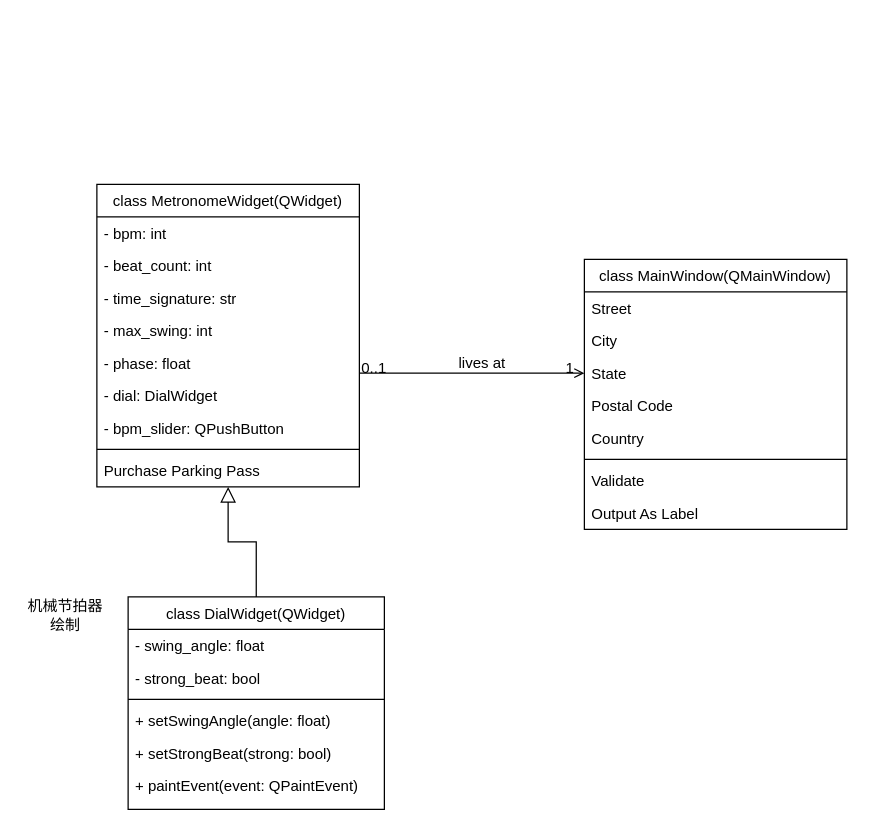
Earlier version of the draw.io diagram piano.drawio (peng-na/draw.io_pic). Source tidied: cells renumbered, new cells numbered last; positions are measured from the earlier drawing's top-left corner, leaving out a move shared by most shapes. Both pictures are drawn from the tidied source at 125%, with x=0, y=0 at pixel (21, 184).
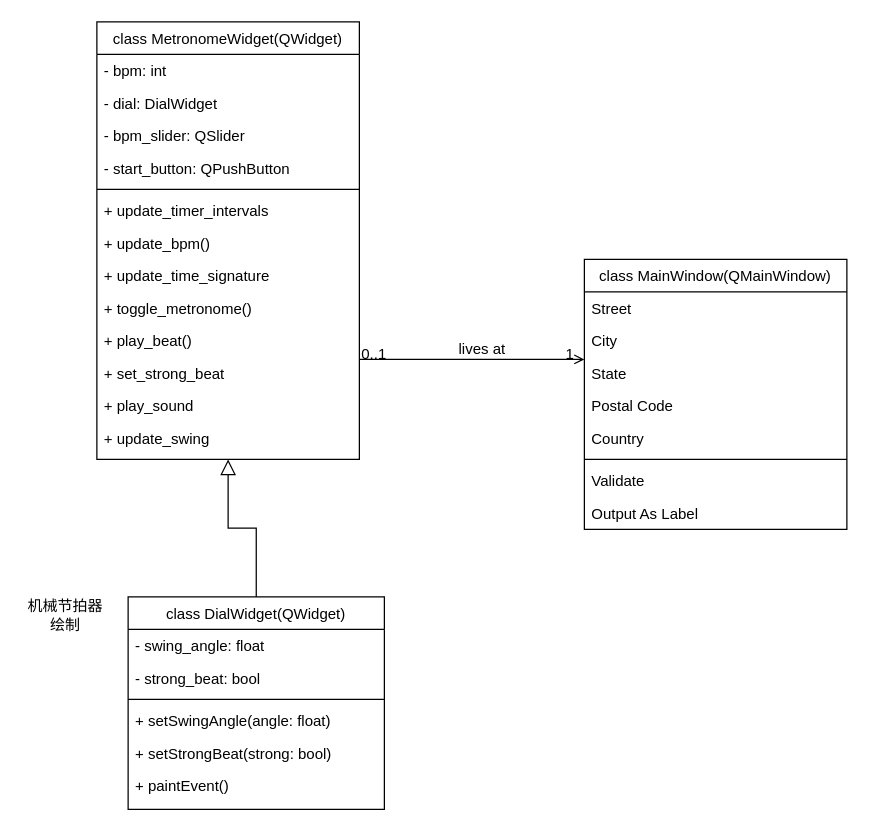
The same page after the edit.

Unchanged cells that the change refers to:
```xml
<mxCell id="12" value="class DialWidget(QWidget)" style="swimlane;fontStyle=0;align=center;verticalAlign=top;horizontal=1;startSize=26;rounded=0;shadow=0;strokeWidth=1;" parent="1" vertex="1">
  <mxGeometry x="85" y="330" width="205" height="170" as="geometry" />
</mxCell>
```

The edit, as a diff of the source:
```diff
@@
     <mxCell id="2" value="class MetronomeWidget(QWidget)" style="swimlane;fontStyle=0;align=center;verticalAlign=top;horizontal=1;startSize=26;rounded=0;shadow=0;strokeWidth=1;" parent="1" vertex="1">
-      <mxGeometry x="60" width="210" height="242" as="geometry" />
+      <mxGeometry x="60" y="-130" width="210" height="350" as="geometry" />
     </mxCell>
@@
-    <mxCell id="4" value="- beat_count: int" style="text;align=left;verticalAlign=top;spacingLeft=4;spacingRight=4;overflow=hidden;rounded=0;shadow=0;html=0;" parent="2" vertex="1">
-      <mxGeometry y="52" width="210" height="26" as="geometry" />
-    </mxCell>
-    <mxCell id="5" value="- time_signature: str" style="text;align=left;verticalAlign=top;spacingLeft=4;spacingRight=4;overflow=hidden;rounded=0;shadow=0;html=0;" parent="2" vertex="1">
-      <mxGeometry y="78" width="210" height="26" as="geometry" />
-    </mxCell>
-    <mxCell id="6" value="- max_swing: int" style="text;align=left;verticalAlign=top;spacingLeft=4;spacingRight=4;overflow=hidden;rounded=0;shadow=0;html=0;" parent="2" vertex="1">
-      <mxGeometry y="104" width="210" height="26" as="geometry" />
-    </mxCell>
-    <mxCell id="7" value="- phase: float" style="text;align=left;verticalAlign=top;spacingLeft=4;spacingRight=4;overflow=hidden;rounded=0;shadow=0;html=0;" parent="2" vertex="1">
-      <mxGeometry y="130" width="210" height="26" as="geometry" />
-    </mxCell>
     <mxCell id="8" value="- dial: DialWidget" style="text;align=left;verticalAlign=top;spacingLeft=4;spacingRight=4;overflow=hidden;rounded=0;shadow=0;html=0;" parent="2" vertex="1">
-      <mxGeometry y="156" width="210" height="26" as="geometry" />
+      <mxGeometry y="52" width="210" height="26" as="geometry" />
     </mxCell>
-    <mxCell id="9" value="- bpm_slider: QPushButton" style="text;align=left;verticalAlign=top;spacingLeft=4;spacingRight=4;overflow=hidden;rounded=0;shadow=0;html=0;" parent="2" vertex="1">
-      <mxGeometry y="182" width="210" height="26" as="geometry" />
+    <mxCell id="9" value="- bpm_slider: QSlider" style="text;align=left;verticalAlign=top;spacingLeft=4;spacingRight=4;overflow=hidden;rounded=0;shadow=0;html=0;" parent="2" vertex="1">
+      <mxGeometry y="78" width="210" height="26" as="geometry" />
     </mxCell>
+    <mxCell id="34" value="- start_button: QPushButton" style="text;align=left;verticalAlign=top;spacingLeft=4;spacingRight=4;overflow=hidden;" parent="2" vertex="1">
+      <mxGeometry y="104" width="210" height="26" as="geometry" />
+    </mxCell>
     <mxCell id="10" style="line;html=1;strokeWidth=1;align=left;verticalAlign=middle;spacingTop=-1;spacingLeft=3;spacingRight=3;labelPosition=right;" parent="2" vertex="1">
-      <mxGeometry y="208" width="210" height="8" as="geometry" />
+      <mxGeometry y="130" width="210" height="8" as="geometry" />
     </mxCell>
-    <mxCell id="11" value="Purchase Parking Pass" style="text;align=left;verticalAlign=top;spacingLeft=4;spacingRight=4;overflow=hidden;" parent="2" vertex="1">
-      <mxGeometry y="216" width="210" height="26" as="geometry" />
+    <mxCell id="11" value="+ update_timer_intervals" style="text;align=left;verticalAlign=top;spacingLeft=4;spacingRight=4;overflow=hidden;" parent="2" vertex="1">
+      <mxGeometry y="138" width="210" height="26" as="geometry" />
     </mxCell>
+    <mxCell id="35" value="+ update_bpm()" style="text;align=left;verticalAlign=top;spacingLeft=4;spacingRight=4;overflow=hidden;" parent="2" vertex="1">
+      <mxGeometry y="164" width="210" height="26" as="geometry" />
+    </mxCell>
+    <mxCell id="36" value="+ update_time_signature" style="text;align=left;verticalAlign=top;spacingLeft=4;spacingRight=4;overflow=hidden;" parent="2" vertex="1">
+      <mxGeometry y="190" width="210" height="26" as="geometry" />
+    </mxCell>
+    <mxCell id="37" value="+ toggle_metronome()" style="text;align=left;verticalAlign=top;spacingLeft=4;spacingRight=4;overflow=hidden;" parent="2" vertex="1">
+      <mxGeometry y="216" width="210" height="26" as="geometry" />
+    </mxCell>
+    <mxCell id="38" value="+ play_beat()" style="text;align=left;verticalAlign=top;spacingLeft=4;spacingRight=4;overflow=hidden;" parent="2" vertex="1">
+      <mxGeometry y="242" width="210" height="26" as="geometry" />
+    </mxCell>
+    <mxCell id="39" value="+ set_strong_beat" style="text;align=left;verticalAlign=top;spacingLeft=4;spacingRight=4;overflow=hidden;" parent="2" vertex="1">
+      <mxGeometry y="268" width="210" height="26" as="geometry" />
+    </mxCell>
+    <mxCell id="40" value="+ play_sound" style="text;align=left;verticalAlign=top;spacingLeft=4;spacingRight=4;overflow=hidden;" parent="2" vertex="1">
+      <mxGeometry y="294" width="210" height="26" as="geometry" />
+    </mxCell>
+    <mxCell id="41" value="+ update_swing" style="text;align=left;verticalAlign=top;spacingLeft=4;spacingRight=4;overflow=hidden;" parent="2" vertex="1">
+      <mxGeometry y="320" width="210" height="26" as="geometry" />
+    </mxCell>
@@
-    <mxCell id="18" value="+ paintEvent(event: QPaintEvent)" style="text;align=left;verticalAlign=top;spacingLeft=4;spacingRight=4;overflow=hidden;" parent="12" vertex="1">
+    <mxCell id="18" value="+ paintEvent()" style="text;align=left;verticalAlign=top;spacingLeft=4;spacingRight=4;overflow=hidden;" parent="12" vertex="1">
       <mxGeometry y="138" width="205" height="26" as="geometry" />
     </mxCell>
```
